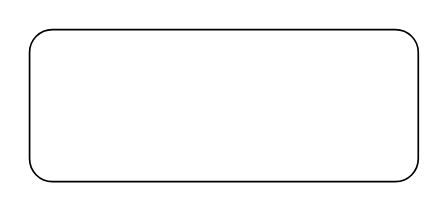
Earlier version of the draw.io diagram solution.drawio (darks-society/diagrams). Source tidied: cells renumbered, new cells numbered last; positions are measured from the earlier drawing's top-left corner, leaving out a move shared by most shapes. Both pictures are drawn from the tidied source at 169%, with x=0, y=0 at pixel (29, 29).
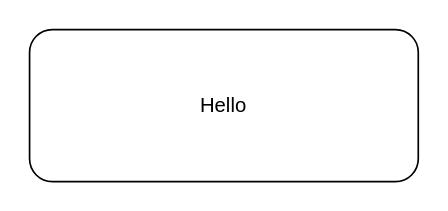
The same page after the edit.

Commit message (it also covers changes not shown here):
Mettre à jour solution.drawio

The edit, as a diff of the source:
```diff
@@
 <mxGraphModel>
   <root>
     <mxCell id="0" />
     <mxCell id="1" parent="0" />
-    <mxCell id="2" style="rounded=1;whiteSpace=wrap;html=1;" parent="1" vertex="1">
+    <mxCell id="2" value="Hello" style="rounded=1;whiteSpace=wrap;html=1;" parent="1" vertex="1">
       <mxGeometry width="230" height="90" as="geometry" />
     </mxCell>
   </root>
 </mxGraphModel>
```
